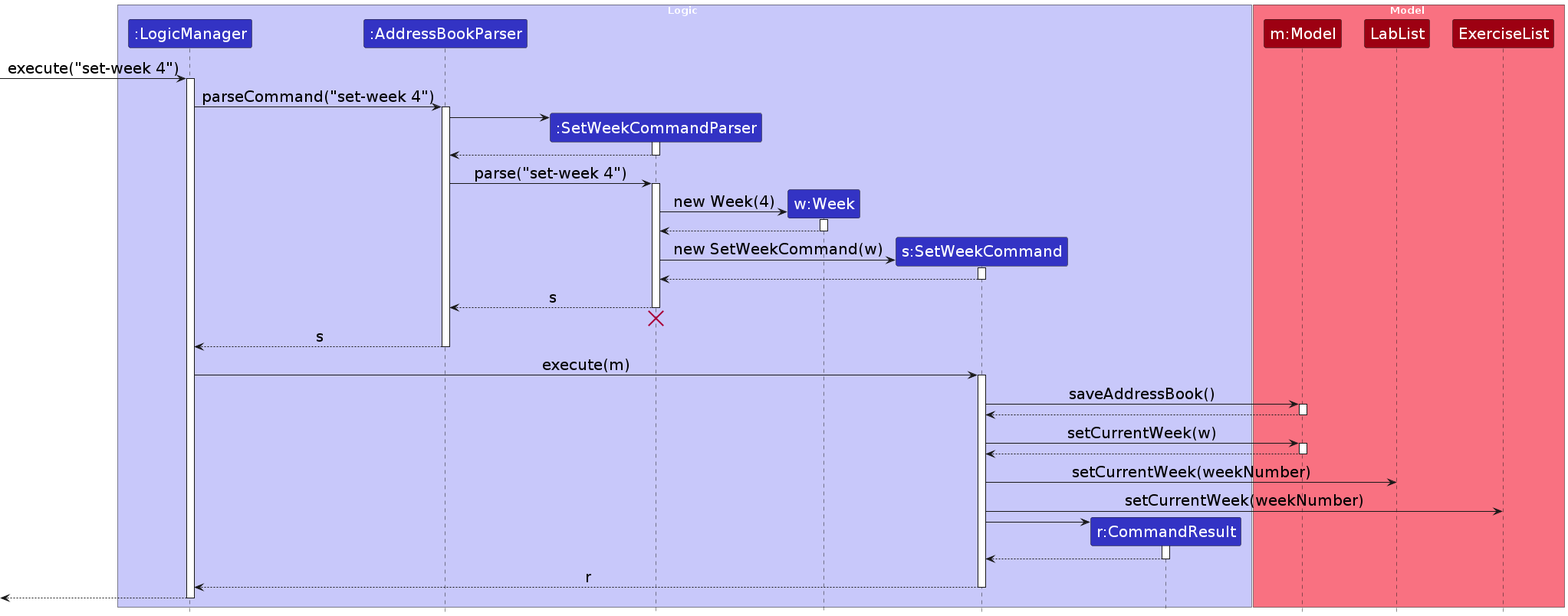
Earlier version of the PlantUML export diagrams/set-week/SetWeekSequenceDiagram.png (AY2526S1-CS2103T-T09-3/tp). Its source is kept beside it as diagrams/set-week/SetWeekSequenceDiagram.puml.
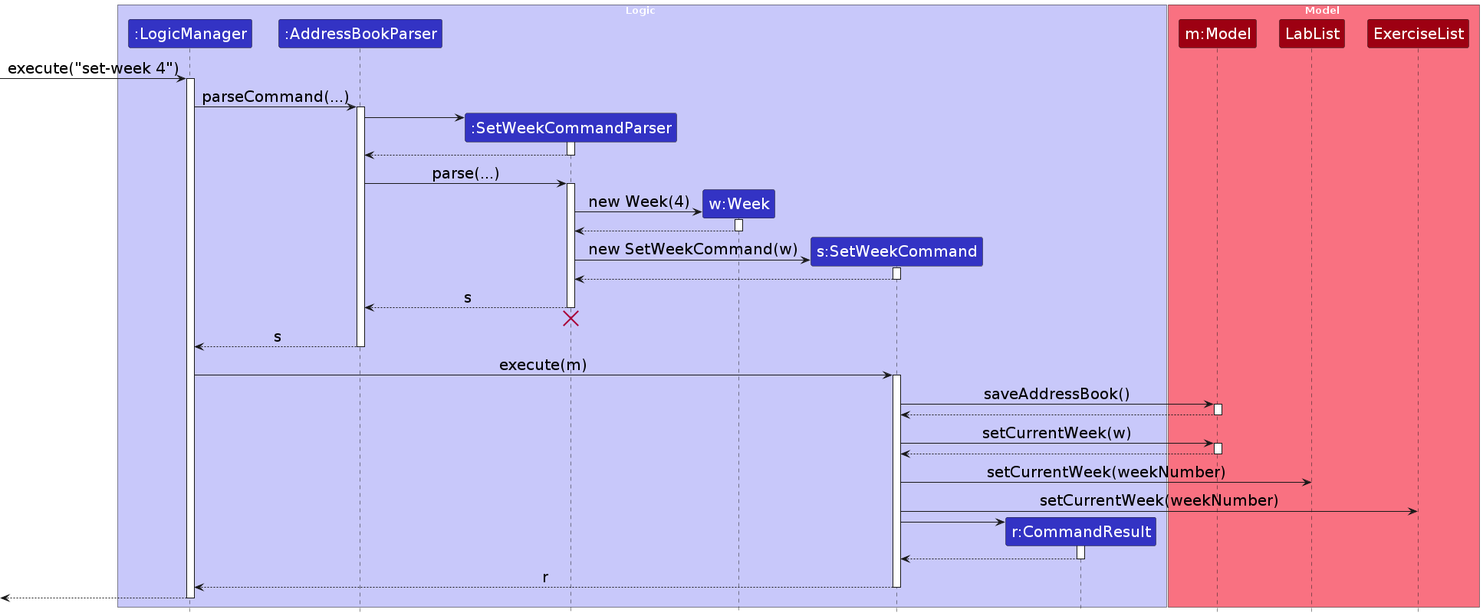
Above is the later version.

Change to the diagram source:
```diff
@@ -22,7 +22,7 @@
 [-> LogicManager : execute("set-week 4")
 activate LogicManager
 
-LogicManager -> AddressBookParser : parseCommand("set-week 4")
+LogicManager -> AddressBookParser : parseCommand(...)
 activate AddressBookParser
 
 create SetWeekCommandParser
@@ -32,7 +32,7 @@
 SetWeekCommandParser --> AddressBookParser
 deactivate SetWeekCommandParser
 
-AddressBookParser -> SetWeekCommandParser : parse("set-week 4")
+AddressBookParser -> SetWeekCommandParser : parse(...)
 activate SetWeekCommandParser
 
 create Week
```
